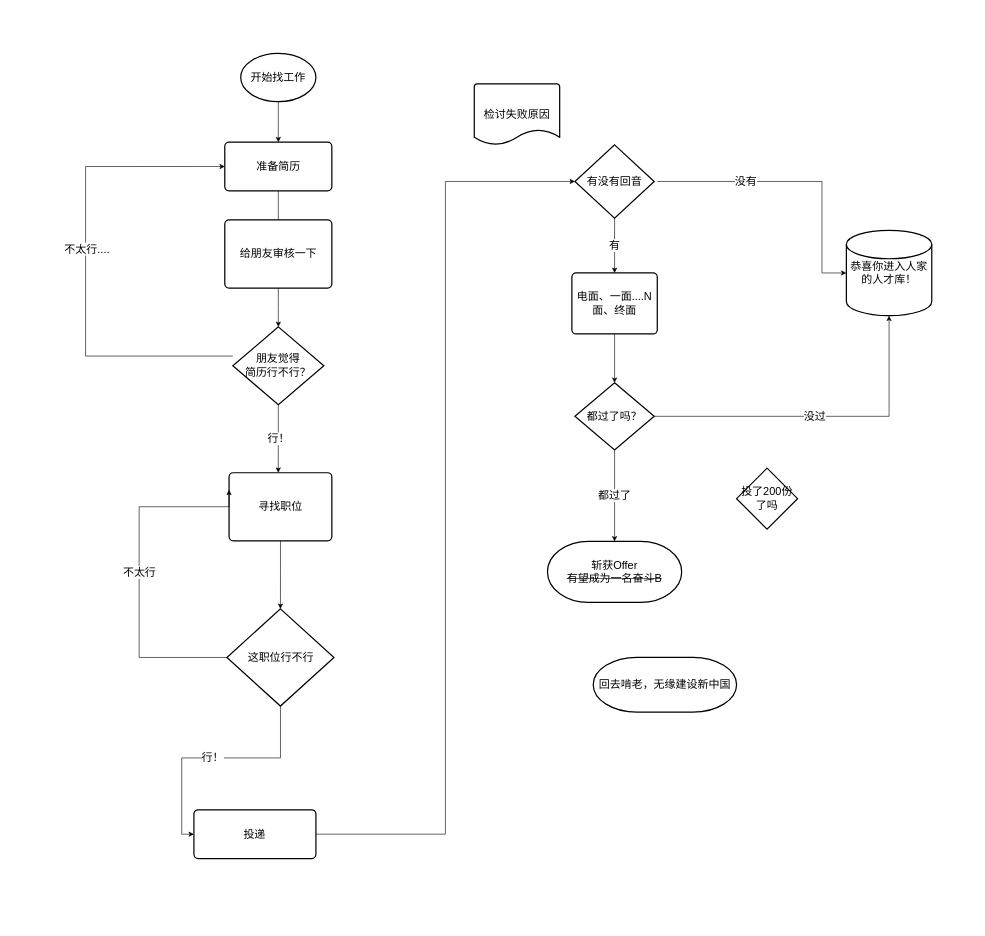
Above: Untitled Diagram.drawio in Ryuuko/drawIo (draw.io), before the change. Source tidied: cells renumbered, new cells numbered last; positions are measured from the earlier drawing's top-left corner, leaving out a move shared by most shapes. Both pictures are drawn from the tidied source at 61%, with x=0, y=0 at pixel (10, 53).
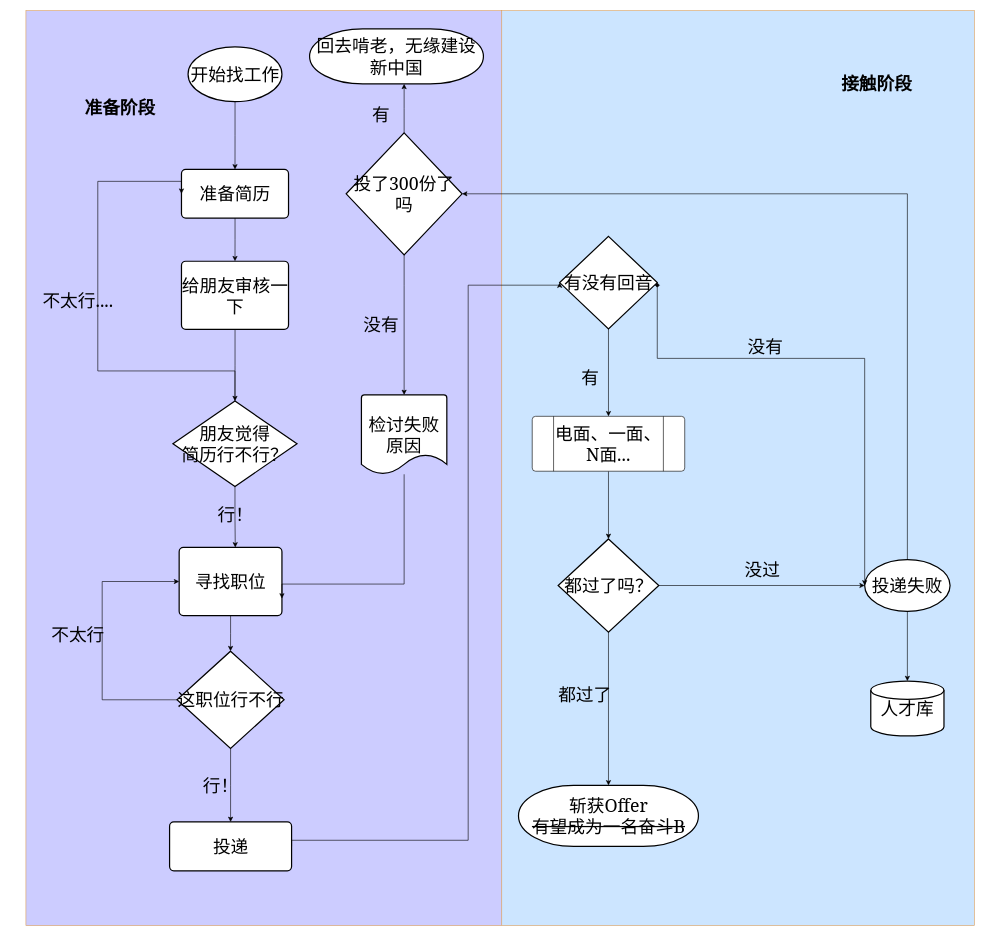
After the change.

What changed in the source:
```diff
@@
+    <mxCell id="33" style="group;fontSize=29;" parent="1" vertex="1">
+      <mxGeometry x="25" y="-70" width="1555" height="1500" as="geometry" />
+    </mxCell>
+    <mxCell id="34" style="rounded=0;whiteSpace=wrap;html=1;labelBackgroundColor=none;sketch=0;strokeColor=#DDA15E;fontFamily=Georgia;fontSize=29;fontColor=#000000;fillColor=#CCE5FF;" parent="33" vertex="1">
+      <mxGeometry x="780" width="775" height="1500" as="geometry" />
+    </mxCell>
+    <mxCell id="35" style="rounded=0;whiteSpace=wrap;html=1;sketch=0;strokeColor=#DDA15E;fontColor=#FEFAE0;fillColor=#CCCCFF;fontSize=29;fontFamily=Georgia;" parent="33" vertex="1">
+      <mxGeometry width="780" height="1500" as="geometry" />
+    </mxCell>
-    <mxCell id="2" value="斩获Offer&lt;br style=&quot;font-size: 18px&quot;&gt;&lt;strike style=&quot;font-size: 18px&quot;&gt;有望成为一名奋斗B&lt;/strike&gt;" style="strokeWidth=2;html=1;shape=mxgraph.flowchart.terminator;whiteSpace=wrap;fontSize=18;" parent="1" vertex="1">
-      <mxGeometry x="880" y="800" width="220" height="100" as="geometry" />
+    <mxCell id="2" value="斩获Offer&lt;br style=&quot;font-size: 29px;&quot;&gt;&lt;span style=&quot;font-size: 29px;&quot;&gt;&lt;strike style=&quot;font-size: 29px;&quot;&gt;有望成为一名奋斗B&lt;/strike&gt;&lt;/span&gt;" style="strokeWidth=2;html=1;shape=mxgraph.flowchart.terminator;whiteSpace=wrap;fontSize=29;fontFamily=Georgia;" parent="33" vertex="1">
+      <mxGeometry x="807.5" y="1270" width="295" height="100" as="geometry" />
     </mxCell>
-    <mxCell id="3" value="恭喜你进入人家的人才库！" style="strokeWidth=2;html=1;shape=mxgraph.flowchart.database;whiteSpace=wrap;fontSize=18;" parent="1" vertex="1">
-      <mxGeometry x="1370" y="290" width="140" height="140" as="geometry" />
+    <mxCell id="3" value="人才库" style="strokeWidth=2;html=1;shape=mxgraph.flowchart.database;whiteSpace=wrap;fontSize=29;verticalAlign=middle;labelPosition=center;verticalLabelPosition=middle;align=center;fontFamily=Georgia;" parent="33" vertex="1">
+      <mxGeometry x="1385" y="1099" width="120" height="90" as="geometry" />
     </mxCell>
+    <mxCell id="24" value="有没有回音" style="strokeWidth=2;html=1;shape=mxgraph.flowchart.decision;whiteSpace=wrap;fontSize=29;fontFamily=Georgia;" parent="33" vertex="1">
+      <mxGeometry x="875" y="370" width="160" height="151.6" as="geometry" />
+    </mxCell>
+    <mxCell id="28" value="都过了" style="rounded=0;jettySize=auto;html=1;fontSize=29;entryX=0.5;entryY=0;entryDx=0;entryDy=0;entryPerimeter=0;labelBackgroundColor=none;fontFamily=Georgia;" parent="33" edge="1" source="29" target="2">
+      <mxGeometry y="-46" relative="1" as="geometry">
+        <mxPoint x="7" y="-24" as="offset" />
+      </mxGeometry>
+    </mxCell>
+    <mxCell id="29" value="都过了吗？" style="strokeWidth=2;html=1;shape=mxgraph.flowchart.decision;whiteSpace=wrap;fontSize=29;fontFamily=Georgia;" parent="33" vertex="1">
+      <mxGeometry x="872.5" y="866" width="165" height="152.7" as="geometry" />
+    </mxCell>
+    <mxCell id="31" value="回去啃老，无缘建设新中国" style="strokeWidth=2;html=1;shape=mxgraph.flowchart.terminator;whiteSpace=wrap;fontSize=29;fontFamily=Georgia;" parent="33" vertex="1">
+      <mxGeometry x="465" y="30" width="285" height="90" as="geometry" />
+    </mxCell>
+    <mxCell id="36" value="有" style="edgeStyle=elbowEdgeStyle;rounded=0;sketch=0;jettySize=auto;html=1;labelBackgroundColor=none;strokeColor=#000000;fillColor=#BC6C25;fontFamily=Georgia;fontSize=29;fontColor=#000000;" parent="33" edge="1" source="32" target="31">
+      <mxGeometry y="40" relative="1" as="geometry">
+        <mxPoint x="2" y="10" as="offset" />
+      </mxGeometry>
+    </mxCell>
+    <mxCell id="32" value="投了300份了吗" style="strokeWidth=2;html=1;shape=mxgraph.flowchart.decision;whiteSpace=wrap;fontSize=29;fontFamily=Georgia;" parent="33" vertex="1">
+      <mxGeometry x="525" y="200.2" width="190" height="200" as="geometry" />
+    </mxCell>
-    <mxCell id="4" value="开始找工作" style="strokeWidth=2;html=1;shape=mxgraph.flowchart.start_1;whiteSpace=wrap;fontSize=18;" parent="1" vertex="1">
-      <mxGeometry x="377.1" width="123.3" height="79.2" as="geometry" />
+    <mxCell id="4" value="开始找工作" style="strokeWidth=2;html=1;shape=mxgraph.flowchart.start_1;whiteSpace=wrap;fontSize=29;fontFamily=Georgia;" parent="33" vertex="1">
+      <mxGeometry x="265.8" y="59.2" width="153.9" height="90" as="geometry" />
     </mxCell>
-    <mxCell id="5" style="group;" parent="1" vertex="1">
-      <mxGeometry y="145.6" width="530" height="924.4" as="geometry" />
-    </mxCell>
-    <mxCell id="6" style="edgeStyle=orthogonalEdgeStyle;rounded=0;jettySize=auto;html=1;entryX=0.5;entryY=0;entryDx=0;entryDy=0;entryPerimeter=0;" parent="5" edge="1" source="7">
-      <mxGeometry relative="1" as="geometry">
-        <mxPoint x="438.7" y="207.2" as="targetPoint" />
-      </mxGeometry>
-    </mxCell>
+    <mxCell id="18" style="edgeStyle=orthogonalEdgeStyle;rounded=0;jettySize=auto;html=1;entryX=0.5;entryY=0;entryDx=0;entryDy=0;fontSize=29;fontFamily=Georgia;" parent="33" edge="1" source="4" target="7">
+      <mxGeometry relative="1" as="geometry" />
+    </mxCell>
+    <mxCell id="20" value="投递" style="rounded=1;whiteSpace=wrap;html=1;absoluteArcSize=1;arcSize=14;strokeWidth=2;fontSize=29;fontFamily=Georgia;" parent="33" vertex="1">
+      <mxGeometry x="235.5" y="1330" width="200" height="80" as="geometry" />
+    </mxCell>
+    <mxCell id="19" style="edgeStyle=orthogonalEdgeStyle;rounded=0;jettySize=auto;html=1;entryX=0;entryY=0.5;entryDx=0;entryDy=0;entryPerimeter=0;fontSize=29;exitX=1;exitY=0.5;exitDx=0;exitDy=0;fontFamily=Georgia;" parent="33" edge="1" source="20" target="24">
+      <mxGeometry relative="1" as="geometry">
+        <Array as="points">
+          <mxPoint x="436" y="1360" />
+          <mxPoint x="725" y="1360" />
+          <mxPoint x="725" y="450" />
+          <mxPoint x="875" y="450" />
+        </Array>
+      </mxGeometry>
+    </mxCell>
+    <mxCell id="21" value="行！" style="edgeStyle=orthogonalEdgeStyle;rounded=0;jettySize=auto;html=1;entryX=0.5;entryY=0;entryDx=0;entryDy=0;fontSize=29;labelBackgroundColor=none;fontFamily=Georgia;" parent="33" edge="1" source="16" target="20">
+      <mxGeometry x="0.01" y="-17" relative="1" as="geometry" />
+    </mxCell>
+    <mxCell id="30" value="检讨失败原因" style="strokeWidth=2;html=1;shape=mxgraph.flowchart.document2;whiteSpace=wrap;size=0.25;fontSize=29;fontFamily=Georgia;" parent="33" vertex="1">
+      <mxGeometry x="550" y="630" width="140" height="130" as="geometry" />
+    </mxCell>
+    <mxCell id="37" value="没有" style="edgeStyle=elbowEdgeStyle;rounded=0;sketch=0;jettySize=auto;html=1;entryX=0.5;entryY=0;entryDx=0;entryDy=0;entryPerimeter=0;labelBackgroundColor=none;strokeColor=#000000;fillColor=#BC6C25;fontFamily=Georgia;fontSize=29;fontColor=#000000;exitX=0.5;exitY=1;exitDx=0;exitDy=0;exitPerimeter=0;" parent="33" edge="1" source="32" target="30">
+      <mxGeometry y="-38" relative="1" as="geometry">
+        <Array as="points">
+          <mxPoint x="620" y="450" />
+          <mxPoint x="633" y="400" />
+        </Array>
+      </mxGeometry>
+    </mxCell>
+    <mxCell id="38" value="&lt;span style=&quot;font-size: 29px;&quot;&gt;准备阶段&lt;/span&gt;" style="text;html=1;strokeColor=none;fillColor=none;align=center;verticalAlign=middle;whiteSpace=wrap;rounded=0;labelBackgroundColor=none;sketch=0;fontSize=29;fontFamily=Georgia;fontStyle=1;" parent="33" vertex="1">
+      <mxGeometry x="84" y="149.2" width="141" height="20" as="geometry" />
+    </mxCell>
+    <mxCell id="39" value="接触阶段" style="text;html=1;strokeColor=none;fillColor=none;align=center;verticalAlign=middle;whiteSpace=wrap;rounded=0;labelBackgroundColor=none;sketch=0;fontFamily=Georgia;fontSize=29;fontColor=#000000;fontStyle=1;" parent="33" vertex="1">
+      <mxGeometry x="1335" y="110" width="120" height="20" as="geometry" />
+    </mxCell>
-    <mxCell id="7" value="准备简历" style="rounded=1;whiteSpace=wrap;html=1;absoluteArcSize=1;arcSize=14;strokeWidth=2;fontSize=18;" parent="5" vertex="1">
-      <mxGeometry x="351" width="175.5" height="79.7" as="geometry" />
+    <mxCell id="7" value="准备简历" style="rounded=1;whiteSpace=wrap;html=1;absoluteArcSize=1;arcSize=14;strokeWidth=2;fontSize=29;fontFamily=Georgia;" parent="33" vertex="1">
+      <mxGeometry x="255" y="260.3" width="175.5" height="79.7" as="geometry" />
     </mxCell>
-    <mxCell id="8" value="给朋友审核一下" style="rounded=1;whiteSpace=wrap;html=1;absoluteArcSize=1;arcSize=14;strokeWidth=2;fontSize=18;" parent="5" vertex="1">
-      <mxGeometry x="351" y="127.5" width="175.5" height="111.6" as="geometry" />
+    <mxCell id="8" value="给朋友审核一下" style="rounded=1;whiteSpace=wrap;html=1;absoluteArcSize=1;arcSize=14;strokeWidth=2;fontSize=29;fontFamily=Georgia;" parent="33" vertex="1">
+      <mxGeometry x="255" y="410.8" width="175.5" height="111.6" as="geometry" />
     </mxCell>
+    <mxCell id="6" style="edgeStyle=orthogonalEdgeStyle;rounded=0;jettySize=auto;html=1;entryX=0.5;entryY=0;entryDx=0;entryDy=0;fontSize=29;fontFamily=Georgia;" parent="33" edge="1" source="7" target="8">
+      <mxGeometry relative="1" as="geometry" />
+    </mxCell>
-    <mxCell id="9" style="edgeStyle=orthogonalEdgeStyle;rounded=0;jettySize=auto;html=1;entryX=0;entryY=0.5;entryDx=0;entryDy=0;" parent="5" edge="1" source="12" target="7">
+    <mxCell id="9" style="edgeStyle=orthogonalEdgeStyle;rounded=0;jettySize=auto;html=1;entryX=0;entryY=0.5;entryDx=0;entryDy=0;fontSize=29;fontFamily=Georgia;" parent="33" edge="1" source="12" target="7">
       <mxGeometry relative="1" as="geometry">
         <Array as="points">
-          <mxPoint x="122.8" y="350.6" />
-          <mxPoint x="122.8" y="39.8" />
+          <mxPoint x="117.8" y="590.6" />
+          <mxPoint x="117.8" y="279.8" />
         </Array>
       </mxGeometry>
     </mxCell>
-    <mxCell id="10" value="不太行...." style="edgeLabel;html=1;align=center;verticalAlign=middle;fontSize=18;" parent="9" vertex="1">
+    <mxCell id="10" value="不太行...." style="edgeLabel;html=1;align=center;verticalAlign=middle;fontSize=29;labelBackgroundColor=none;fontFamily=Georgia;" parent="9" vertex="1">
       <mxGeometry x="0.07" y="-1" relative="1" as="geometry">
-        <mxPoint x="1" as="offset" />
+        <mxPoint x="-34.8" y="6.5" as="offset" />
       </mxGeometry>
     </mxCell>
-    <mxCell id="11" value="行！" style="edgeStyle=orthogonalEdgeStyle;rounded=0;jettySize=auto;html=1;exitX=0.5;exitY=1;exitDx=0;exitDy=0;exitPerimeter=0;fontSize=18;" parent="5" edge="1" source="12">
-      <mxGeometry relative="1" as="geometry">
-        <mxPoint x="438.7" y="541.9" as="targetPoint" />
-      </mxGeometry>
-    </mxCell>
-    <mxCell id="12" value="朋友觉得&lt;br&gt;简历行不行？" style="strokeWidth=2;html=1;shape=mxgraph.flowchart.decision;whiteSpace=wrap;fontSize=18;" parent="5" vertex="1">
-      <mxGeometry x="364.2" y="302.8" width="149.2" height="127.5" as="geometry" />
+    <mxCell id="12" value="朋友觉得&lt;br style=&quot;font-size: 29px;&quot;&gt;简历行不行？" style="strokeWidth=2;html=1;shape=mxgraph.flowchart.decision;whiteSpace=wrap;fontSize=29;fontFamily=Georgia;" parent="33" vertex="1">
+      <mxGeometry x="241" y="640" width="203.4" height="140" as="geometry" />
     </mxCell>
-    <mxCell id="13" style="edgeStyle=orthogonalEdgeStyle;rounded=0;jettySize=auto;html=1;entryX=0.5;entryY=0;entryDx=0;entryDy=0;entryPerimeter=0;" parent="5" edge="1" source="8" target="12">
+    <mxCell id="13" style="edgeStyle=orthogonalEdgeStyle;rounded=0;jettySize=auto;html=1;entryX=0.5;entryY=0;entryDx=0;entryDy=0;entryPerimeter=0;fontSize=29;fontFamily=Georgia;" parent="33" edge="1" source="8" target="12">
       <mxGeometry relative="1" as="geometry" />
     </mxCell>
-    <mxCell id="14" value="&lt;font style=&quot;font-size: 18px&quot;&gt;寻找职位&lt;/font&gt;" style="rounded=1;whiteSpace=wrap;html=1;absoluteArcSize=1;arcSize=14;strokeWidth=2;" parent="5" vertex="1">
-      <mxGeometry x="358" y="541.9" width="168.5" height="111.6" as="geometry" />
+    <mxCell id="14" value="&lt;font style=&quot;font-size: 29px;&quot;&gt;寻找职位&lt;/font&gt;" style="rounded=1;whiteSpace=wrap;html=1;absoluteArcSize=1;arcSize=14;strokeWidth=2;fontSize=29;fontFamily=Georgia;" parent="33" vertex="1">
+      <mxGeometry x="251.2" y="880" width="168.5" height="111.6" as="geometry" />
     </mxCell>
+    <mxCell id="40" style="edgeStyle=elbowEdgeStyle;rounded=0;sketch=0;jettySize=auto;html=1;entryX=1;entryY=0.75;entryDx=0;entryDy=0;labelBackgroundColor=none;strokeColor=#000000;fillColor=#BC6C25;fontFamily=Georgia;fontSize=29;fontColor=#000000;elbow=vertical;" parent="33" edge="1" source="30" target="14">
+      <mxGeometry relative="1" as="geometry">
+        <Array as="points">
+          <mxPoint x="525" y="940" />
+        </Array>
+      </mxGeometry>
+    </mxCell>
+    <mxCell id="11" value="行！" style="edgeStyle=orthogonalEdgeStyle;rounded=0;jettySize=auto;html=1;exitX=0.5;exitY=1;exitDx=0;exitDy=0;exitPerimeter=0;fontSize=29;labelBackgroundColor=none;entryX=0.546;entryY=0;entryDx=0;entryDy=0;entryPerimeter=0;fontFamily=Georgia;" parent="33" edge="1" source="12" target="14">
+      <mxGeometry x="0.53" y="29" relative="1" as="geometry">
+        <mxPoint x="-29" y="-30" as="offset" />
+      </mxGeometry>
+    </mxCell>
-    <mxCell id="15" value="不太行" style="edgeStyle=orthogonalEdgeStyle;rounded=0;jettySize=auto;html=1;entryX=0;entryY=0.25;entryDx=0;entryDy=0;fontSize=18;" parent="5" edge="1" source="16" target="14">
-      <mxGeometry relative="1" as="geometry">
+    <mxCell id="15" value="不太行" style="rounded=0;jettySize=auto;html=1;entryX=0;entryY=0.5;entryDx=0;entryDy=0;fontSize=29;labelBackgroundColor=none;edgeStyle=elbowEdgeStyle;fontFamily=Georgia;" parent="33" edge="1" source="16" target="14">
+      <mxGeometry x="0.04" y="40" relative="1" as="geometry">
         <Array as="points">
-          <mxPoint x="210.6" y="844.7" />
-          <mxPoint x="210.6" y="597.6" />
-          <mxPoint x="358" y="597.6" />
+          <mxPoint x="125" y="980" />
+          <mxPoint x="225" y="970" />
         </Array>
+        <mxPoint y="1" as="offset" />
       </mxGeometry>
     </mxCell>
-    <mxCell id="16" value="这职位行不行" style="strokeWidth=2;html=1;shape=mxgraph.flowchart.decision;whiteSpace=wrap;fontSize=18;" parent="5" vertex="1">
-      <mxGeometry x="354.5" y="765" width="175.5" height="159.4" as="geometry" />
+    <mxCell id="16" value="这职位行不行" style="strokeWidth=2;html=1;shape=mxgraph.flowchart.decision;whiteSpace=wrap;fontSize=29;fontFamily=Georgia;" parent="33" vertex="1">
+      <mxGeometry x="247.7" y="1050" width="175.5" height="159.4" as="geometry" />
     </mxCell>
-    <mxCell id="17" style="edgeStyle=orthogonalEdgeStyle;rounded=0;jettySize=auto;html=1;entryX=0.5;entryY=0;entryDx=0;entryDy=0;entryPerimeter=0;" parent="5" edge="1" source="14" target="16">
+    <mxCell id="17" style="edgeStyle=orthogonalEdgeStyle;rounded=0;jettySize=auto;html=1;entryX=0.5;entryY=0;entryDx=0;entryDy=0;entryPerimeter=0;fontSize=29;fontFamily=Georgia;" parent="33" edge="1" source="14" target="16">
       <mxGeometry relative="1" as="geometry" />
     </mxCell>
-    <mxCell id="18" style="edgeStyle=orthogonalEdgeStyle;rounded=0;jettySize=auto;html=1;entryX=0.5;entryY=0;entryDx=0;entryDy=0;" parent="1" edge="1" source="4" target="7">
-      <mxGeometry relative="1" as="geometry" />
-    </mxCell>
-    <mxCell id="19" style="edgeStyle=orthogonalEdgeStyle;rounded=0;jettySize=auto;html=1;entryX=0;entryY=0.5;entryDx=0;entryDy=0;entryPerimeter=0;fontSize=18;" parent="1" edge="1" source="20" target="24">
-      <mxGeometry relative="1" as="geometry" />
-    </mxCell>
-    <mxCell id="20" value="投递" style="rounded=1;whiteSpace=wrap;html=1;absoluteArcSize=1;arcSize=14;strokeWidth=2;fontSize=18;" parent="1" vertex="1">
-      <mxGeometry x="300.4" y="1240" width="200" height="80" as="geometry" />
-    </mxCell>
-    <mxCell id="21" value="行！" style="edgeStyle=orthogonalEdgeStyle;rounded=0;jettySize=auto;html=1;entryX=0;entryY=0.5;entryDx=0;entryDy=0;fontSize=18;" parent="1" edge="1" source="16" target="20">
-      <mxGeometry relative="1" as="geometry" />
-    </mxCell>
-    <mxCell id="22" value="没有" style="edgeStyle=elbowEdgeStyle;rounded=0;jettySize=auto;html=1;fontSize=18;jumpStyle=gap;sketch=0;" parent="1" edge="1" target="3">
-      <mxGeometry x="-0.37" relative="1" as="geometry">
-        <mxPoint x="1060" y="210" as="sourcePoint" />
-        <Array as="points">
-          <mxPoint x="1330" y="120" />
-        </Array>
-      </mxGeometry>
-    </mxCell>
+    <mxCell id="41" style="rounded=0;sketch=0;jettySize=auto;elbow=vertical;html=1;labelBackgroundColor=none;fillColor=#BC6C25;fontFamily=Georgia;fontSize=29;fontColor=#000000;exitX=0.5;exitY=1;exitDx=0;exitDy=0;exitPerimeter=0;" parent="33" edge="1" source="43" target="3">
+      <mxGeometry relative="1" as="geometry" />
+    </mxCell>
+    <mxCell id="42" style="edgeStyle=elbowEdgeStyle;rounded=0;sketch=0;jettySize=auto;html=1;entryX=1;entryY=0.5;entryDx=0;entryDy=0;entryPerimeter=0;labelBackgroundColor=none;strokeColor=#000000;fillColor=#BC6C25;fontFamily=Georgia;fontSize=29;fontColor=#000000;" parent="33" edge="1" source="43" target="32">
+      <mxGeometry relative="1" as="geometry">
+        <Array as="points">
+          <mxPoint x="1445" y="450" />
+          <mxPoint x="1305" y="550" />
+          <mxPoint x="1305" y="460" />
+        </Array>
+      </mxGeometry>
+    </mxCell>
+    <mxCell id="43" value="投递失败" style="strokeWidth=2;html=1;shape=mxgraph.flowchart.start_1;whiteSpace=wrap;fontSize=29;fontFamily=Georgia;" parent="33" vertex="1">
+      <mxGeometry x="1375" y="900" width="140" height="84.6" as="geometry" />
+    </mxCell>
+    <mxCell id="44" value="没有" style="edgeStyle=elbowEdgeStyle;rounded=0;sketch=0;jumpStyle=gap;jettySize=auto;elbow=vertical;html=1;startArrow=diamond;startFill=1;fontSize=29;exitX=1;exitY=0.5;exitDx=0;exitDy=0;exitPerimeter=0;labelBackgroundColor=none;entryX=0;entryY=0.5;entryDx=0;entryDy=0;entryPerimeter=0;fontFamily=Georgia;" parent="33" edge="1" source="24" target="43">
+      <mxGeometry x="-0.28" y="20" relative="1" as="geometry">
+        <Array as="points">
+          <mxPoint x="1195" y="570" />
+          <mxPoint x="1065" y="280" />
+          <mxPoint x="1075" y="190" />
+          <mxPoint x="1030" y="290" />
+        </Array>
+      </mxGeometry>
+    </mxCell>
+    <mxCell id="45" style="edgeStyle=none;rounded=0;sketch=0;jettySize=auto;html=1;exitX=0.5;exitY=1;exitDx=0;exitDy=0;entryX=0.5;entryY=0;entryDx=0;entryDy=0;entryPerimeter=0;labelBackgroundColor=none;strokeColor=#000000;fillColor=#BC6C25;fontFamily=Georgia;fontSize=29;fontColor=#000000;" parent="33" edge="1" source="46" target="29">
+      <mxGeometry relative="1" as="geometry" />
+    </mxCell>
+    <mxCell id="46" value="电面、一面、N面..." style="verticalLabelPosition=middle;verticalAlign=middle;html=1;shape=process;whiteSpace=wrap;rounded=1;size=0.14;arcSize=6;labelBackgroundColor=none;sketch=0;fontFamily=Georgia;fontSize=29;labelPosition=center;align=center;labelBorderColor=none;" parent="33" vertex="1">
+      <mxGeometry x="830" y="665" width="250" height="90" as="geometry" />
+    </mxCell>
+    <mxCell id="27" value="没过" style="edgeStyle=none;rounded=0;sketch=0;jettySize=auto;html=1;labelBackgroundColor=none;strokeColor=#000000;fillColor=#BC6C25;fontFamily=Georgia;fontSize=29;fontColor=#000000;" parent="33" edge="1" source="29" target="43">
+      <mxGeometry x="0.01" y="25" relative="1" as="geometry" />
+    </mxCell>
-    <mxCell id="23" value="有" style="edgeStyle=orthogonalEdgeStyle;rounded=0;jettySize=auto;html=1;fontSize=18;entryX=0.5;entryY=0;entryDx=0;entryDy=0;" parent="1" edge="1" source="24" target="26">
-      <mxGeometry relative="1" as="geometry" />
+    <mxCell id="23" value="有" style="edgeStyle=orthogonalEdgeStyle;rounded=0;jettySize=auto;html=1;fontSize=29;entryX=0.5;entryY=0;entryDx=0;entryDy=0;labelBackgroundColor=none;fontFamily=Georgia;" parent="33" edge="1" source="24" target="46">
+      <mxGeometry x="0.11" y="-30" relative="1" as="geometry" />
     </mxCell>
-    <mxCell id="24" value="有没有回音" style="strokeWidth=2;html=1;shape=mxgraph.flowchart.decision;whiteSpace=wrap;fontSize=18;" parent="1" vertex="1">
-      <mxGeometry x="925" y="150" width="130" height="120" as="geometry" />
-    </mxCell>
-    <mxCell id="25" style="edgeStyle=orthogonalEdgeStyle;rounded=0;jettySize=auto;html=1;entryX=0.5;entryY=0;entryDx=0;entryDy=0;entryPerimeter=0;fontSize=18;" parent="1" edge="1" source="26" target="29">
-      <mxGeometry relative="1" as="geometry" />
-    </mxCell>
-    <mxCell id="26" value="电面、一面....N面、终面" style="rounded=1;whiteSpace=wrap;html=1;absoluteArcSize=1;arcSize=14;strokeWidth=2;fontSize=18;" parent="1" vertex="1">
-      <mxGeometry x="920" y="360" width="140" height="100" as="geometry" />
-    </mxCell>
-    <mxCell id="27" value="没过" style="edgeStyle=orthogonalEdgeStyle;rounded=0;jettySize=auto;html=1;fontSize=18;entryX=0.5;entryY=1;entryDx=0;entryDy=0;entryPerimeter=0;" parent="1" edge="1" source="29" target="3">
-      <mxGeometry x="-0.04" relative="1" as="geometry">
-        <Array as="points">
-          <mxPoint x="1440" y="595" />
-        </Array>
-        <mxPoint x="-1" as="offset" />
-      </mxGeometry>
-    </mxCell>
-    <mxCell id="28" value="都过了" style="edgeStyle=orthogonalEdgeStyle;rounded=0;jettySize=auto;html=1;fontSize=18;entryX=0.5;entryY=0;entryDx=0;entryDy=0;entryPerimeter=0;" parent="1" edge="1" source="29" target="2">
-      <mxGeometry relative="1" as="geometry" />
-    </mxCell>
-    <mxCell id="29" value="都过了吗？" style="strokeWidth=2;html=1;shape=mxgraph.flowchart.decision;whiteSpace=wrap;fontSize=18;" parent="1" vertex="1">
-      <mxGeometry x="925" y="540" width="130" height="110" as="geometry" />
-    </mxCell>
-    <mxCell id="30" value="检讨失败原因" style="strokeWidth=2;html=1;shape=mxgraph.flowchart.document2;whiteSpace=wrap;size=0.25;fontSize=18;" parent="1" vertex="1">
-      <mxGeometry x="760" y="50" width="140" height="100" as="geometry" />
-    </mxCell>
-    <mxCell id="31" value="回去啃老，无缘建设新中国" style="strokeWidth=2;html=1;shape=mxgraph.flowchart.terminator;whiteSpace=wrap;fontSize=18;" parent="1" vertex="1">
-      <mxGeometry x="955" y="990" width="235" height="90" as="geometry" />
-    </mxCell>
-    <mxCell id="32" value="投了200份了吗" style="strokeWidth=2;html=1;shape=mxgraph.flowchart.decision;whiteSpace=wrap;fontSize=18;" parent="1" vertex="1">
-      <mxGeometry x="1190" y="680" width="100" height="100" as="geometry" />
-    </mxCell>
```
